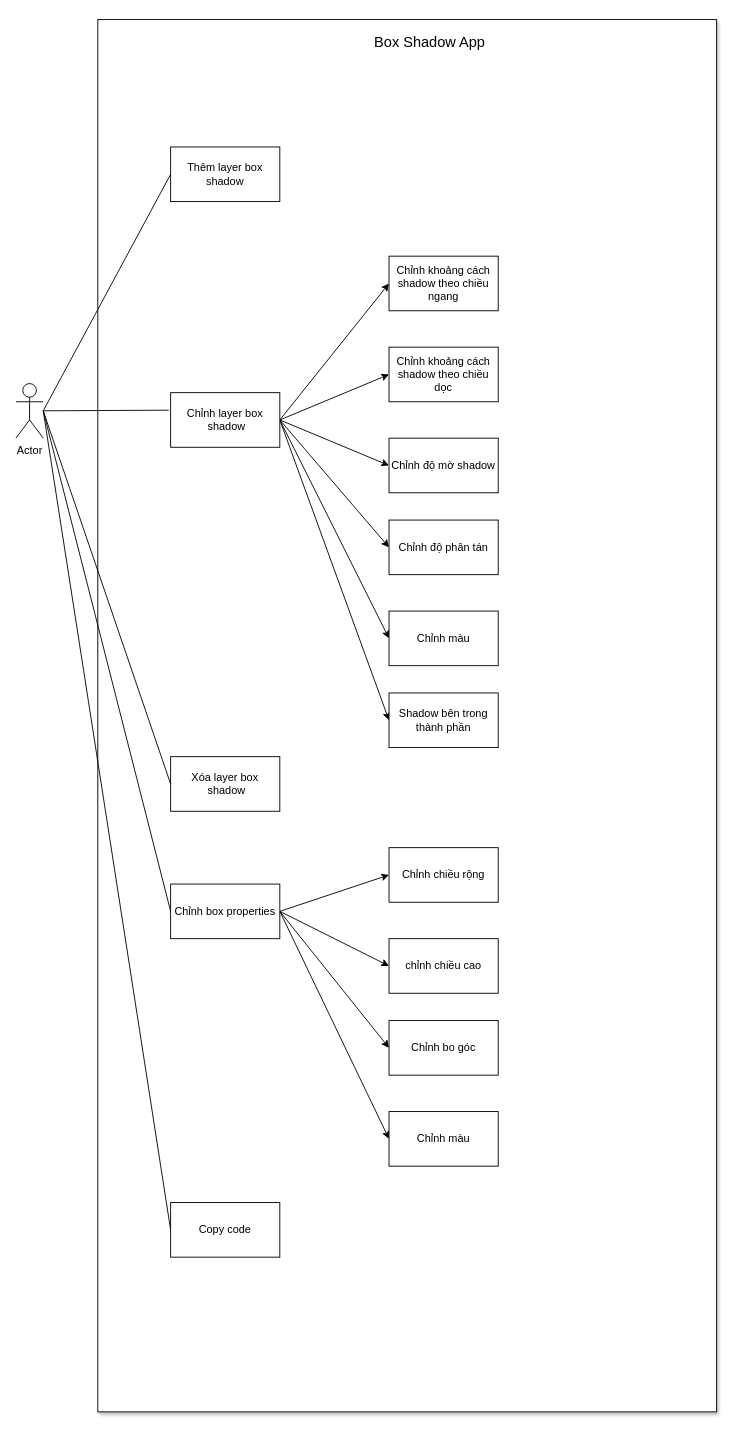
Above: src/diagrams/usecase/boxShadow.drawio in vandoan882000/box-shadow-app (draw.io), before the change. Source tidied: cells renumbered, new cells numbered last; positions are measured from the earlier drawing's top-left corner, leaving out a move shared by most shapes. Both pictures are drawn from the tidied source at 91%, with x=0, y=0 at pixel (15, 19).
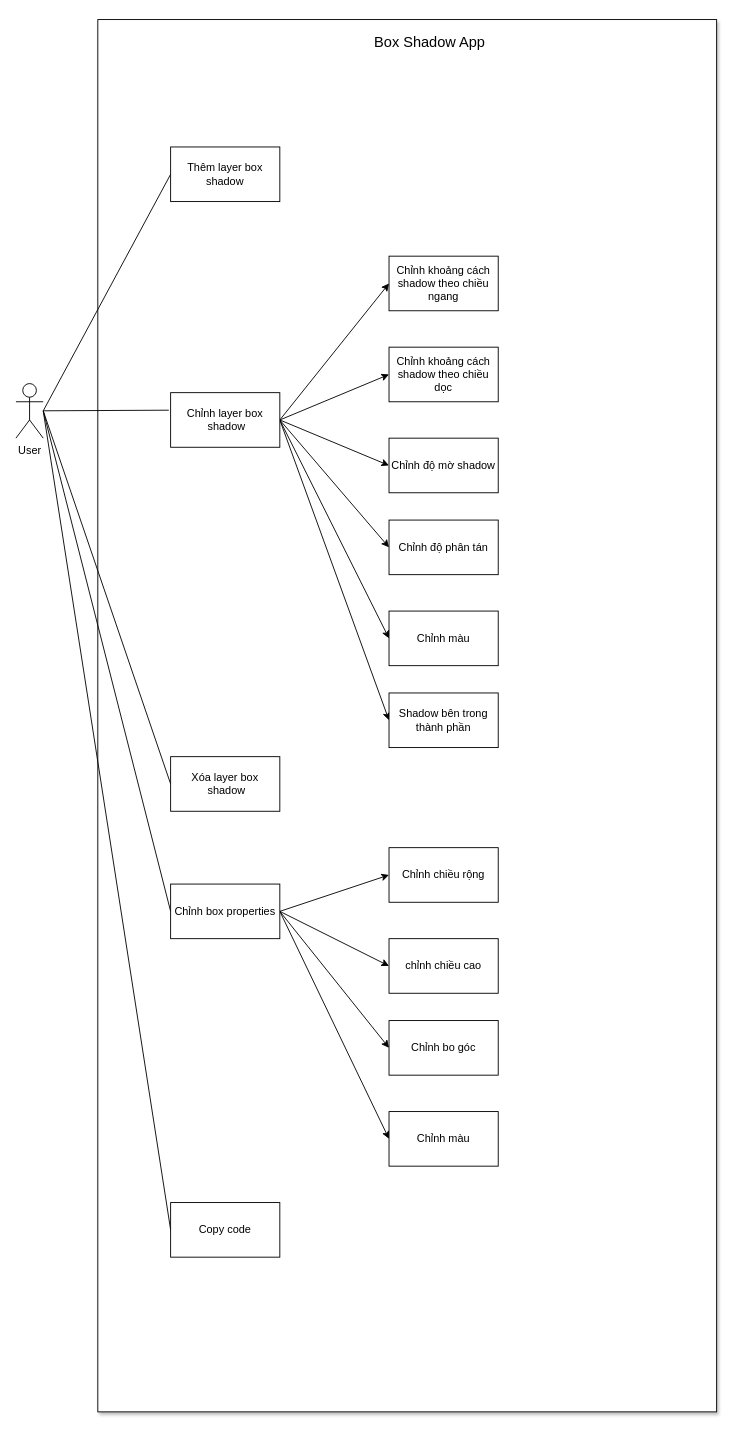
Above is the later version.

What changed in the source:
```diff
@@
-    <mxCell id="8" value="Actor" style="shape=umlActor;verticalLabelPosition=bottom;verticalAlign=top;html=1;outlineConnect=0;" parent="1" vertex="1">
+    <mxCell id="8" value="User" style="shape=umlActor;verticalLabelPosition=bottom;verticalAlign=top;html=1;outlineConnect=0;" parent="1" vertex="1">
       <mxGeometry y="400" width="30" height="60" as="geometry" />
     </mxCell>
```
